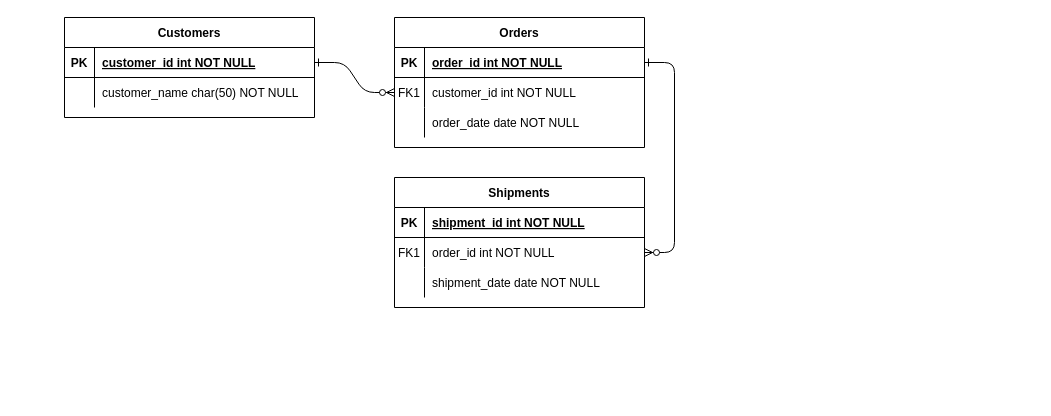
Earlier version of the draw.io diagram ER_overall.drawio (Raserei/popug-tracker-docs). Source tidied: cells renumbered, new cells numbered last; positions are measured from the earlier drawing's top-left corner, leaving out a move shared by most shapes. Both pictures are drawn from the tidied source at 100%, with x=0, y=0 at pixel (64, 17).
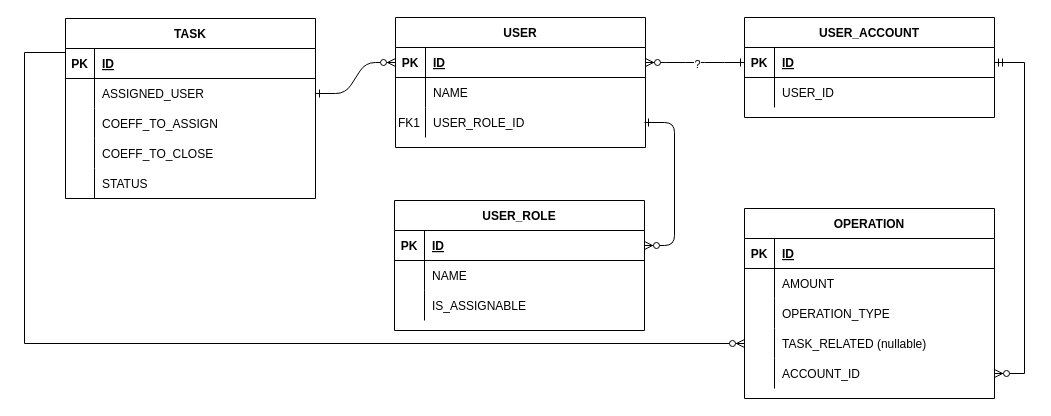
After the change.

Unchanged cells that the change refers to:
```xml
<mxCell id="5" style="shape=partialRectangle;fillColor=none;points=[[0,0.5],[1,0.5]];portConstraint=eastwest;top=0;left=0;right=0;bottom=1;" parent="4" vertex="1">
  <mxGeometry y="30" width="250" height="30" as="geometry" />
</mxCell>
<mxCell id="8" style="shape=partialRectangle;fillColor=none;points=[[0,0.5],[1,0.5]];portConstraint=eastwest;top=0;left=0;right=0;bottom=0;" parent="4" vertex="1">
  <mxGeometry y="60" width="250" height="30" as="geometry" />
</mxCell>
<mxCell id="11" style="shape=partialRectangle;fillColor=none;points=[[0,0.5],[1,0.5]];portConstraint=eastwest;top=0;left=0;right=0;bottom=0;" parent="4" vertex="1">
  <mxGeometry y="90" width="250" height="30" as="geometry" />
</mxCell>
<mxCell id="15" style="shape=partialRectangle;fillColor=none;points=[[0,0.5],[1,0.5]];portConstraint=eastwest;top=0;left=0;right=0;bottom=1;" parent="14" vertex="1">
  <mxGeometry y="30" width="250" height="30" as="geometry" />
</mxCell>
<mxCell id="18" style="shape=partialRectangle;fillColor=none;points=[[0,0.5],[1,0.5]];portConstraint=eastwest;top=0;left=0;right=0;bottom=0;" parent="14" vertex="1">
  <mxGeometry y="60" width="250" height="30" as="geometry" />
</mxCell>
<mxCell id="21" style="shape=partialRectangle;fillColor=none;top=0;left=0;right=0;bottom=0;" parent="14" vertex="1">
  <mxGeometry y="90" width="250" height="30" as="geometry" />
</mxCell>
<mxCell id="25" style="shape=partialRectangle;fillColor=none;points=[[0,0.5],[1,0.5]];portConstraint=eastwest;top=0;left=0;right=0;bottom=1;" parent="24" vertex="1">
  <mxGeometry y="30" width="250" height="30" as="geometry" />
</mxCell>
```

Change to the diagram source:
```diff
@@
-    <mxCell id="2" style="edgeStyle=entityRelationEdgeStyle;endArrow=ERzeroToMany;startArrow=ERone;endFill=1;startFill=0;" parent="1" edge="1" source="25" target="8">
+    <mxCell id="2" style="edgeStyle=entityRelationEdgeStyle;endArrow=ERzeroToMany;startArrow=ERone;endFill=1;startFill=0;exitX=1;exitY=0.5;exitDx=0;exitDy=0;entryX=0;entryY=0.5;entryDx=0;entryDy=0;" parent="1" edge="1" source="32" target="5">
       <mxGeometry relative="1" as="geometry" />
     </mxCell>
-    <mxCell id="3" style="edgeStyle=entityRelationEdgeStyle;endArrow=ERzeroToMany;startArrow=ERone;endFill=1;startFill=0;" parent="1" edge="1" source="5" target="18">
-      <mxGeometry relative="1" as="geometry" />
+    <mxCell id="3" style="edgeStyle=entityRelationEdgeStyle;endArrow=ERzeroToMany;startArrow=ERone;endFill=1;startFill=0;entryX=1;entryY=0.5;entryDx=0;entryDy=0;" parent="1" edge="1" target="15">
+      <mxGeometry relative="1" as="geometry">
+        <mxPoint x="580" y="105" as="sourcePoint" />
+      </mxGeometry>
     </mxCell>
-    <mxCell id="4" value="Orders" style="shape=table;startSize=30;childLayout=tableLayout;rowLines=0;fontStyle=1;align=center;" parent="1" vertex="1">
-      <mxGeometry x="330" width="250" height="130" as="geometry" />
+    <mxCell id="4" value="USER" style="shape=table;startSize=30;childLayout=tableLayout;rowLines=0;fontStyle=1;align=center;" parent="1" vertex="1">
+      <mxGeometry x="331" width="250" height="130" as="geometry" />
     </mxCell>
@@
-    <mxCell id="7" value="order_id int NOT NULL " style="shape=partialRectangle;overflow=hidden;fillColor=none;top=0;left=0;bottom=0;right=0;align=left;spacingLeft=6;fontStyle=5;" parent="5" vertex="1">
+    <mxCell id="7" value="ID" style="shape=partialRectangle;overflow=hidden;fillColor=none;top=0;left=0;bottom=0;right=0;align=left;spacingLeft=6;fontStyle=5;" parent="5" vertex="1">
       <mxGeometry x="30" width="220" height="30" as="geometry" />
     </mxCell>
@@
-    <mxCell id="9" value="FK1" style="shape=partialRectangle;overflow=hidden;fillColor=none;top=0;left=0;bottom=0;right=0;" parent="8" vertex="1">
+    <mxCell id="9" style="shape=partialRectangle;overflow=hidden;fillColor=none;top=0;left=0;bottom=0;right=0;" parent="8" vertex="1">
       <mxGeometry width="30" height="30" as="geometry" />
     </mxCell>
-    <mxCell id="10" value="customer_id int NOT NULL" style="shape=partialRectangle;overflow=hidden;fillColor=none;top=0;left=0;bottom=0;right=0;align=left;spacingLeft=6;" parent="8" vertex="1">
+    <mxCell id="10" value="NAME" style="shape=partialRectangle;overflow=hidden;fillColor=none;top=0;left=0;bottom=0;right=0;align=left;spacingLeft=6;" parent="8" vertex="1">
       <mxGeometry x="30" width="220" height="30" as="geometry" />
     </mxCell>
@@
-    <mxCell id="13" value="order_date date NOT NULL" style="shape=partialRectangle;overflow=hidden;fillColor=none;top=0;left=0;bottom=0;right=0;align=left;spacingLeft=6;" parent="11" vertex="1">
+    <mxCell id="13" value="USER_ROLE_ID" style="shape=partialRectangle;overflow=hidden;fillColor=none;top=0;left=0;bottom=0;right=0;align=left;spacingLeft=6;" parent="11" vertex="1">
       <mxGeometry x="30" width="220" height="30" as="geometry" />
     </mxCell>
+    <mxCell id="31" style="edgeStyle=orthogonalEdgeStyle;rounded=0;orthogonalLoop=1;jettySize=auto;html=1;exitX=1;exitY=0.5;exitDx=0;exitDy=0;" parent="4" edge="1" source="11" target="11">
+      <mxGeometry relative="1" as="geometry" />
+    </mxCell>
-    <mxCell id="14" value="Shipments" style="shape=table;startSize=30;childLayout=tableLayout;rowLines=0;fontStyle=1;align=center;" parent="1" vertex="1">
-      <mxGeometry x="330" y="160" width="250" height="130" as="geometry" />
+    <mxCell id="14" value="USER_ROLE" style="shape=table;startSize=30;childLayout=tableLayout;rowLines=0;fontStyle=1;align=center;" parent="1" vertex="1">
+      <mxGeometry x="330" y="183" width="250" height="130" as="geometry" />
     </mxCell>
@@
-    <mxCell id="17" value="shipment_id int NOT NULL " style="shape=partialRectangle;overflow=hidden;fillColor=none;top=0;left=0;bottom=0;right=0;align=left;spacingLeft=6;fontStyle=5;" parent="15" vertex="1">
+    <mxCell id="17" value="ID" style="shape=partialRectangle;overflow=hidden;fillColor=none;top=0;left=0;bottom=0;right=0;align=left;spacingLeft=6;fontStyle=5;" parent="15" vertex="1">
       <mxGeometry x="30" width="220" height="30" as="geometry" />
     </mxCell>
@@
-    <mxCell id="19" value="FK1" style="shape=partialRectangle;overflow=hidden;fillColor=none;top=0;left=0;bottom=0;right=0;" parent="18" vertex="1">
+    <mxCell id="19" style="shape=partialRectangle;overflow=hidden;fillColor=none;top=0;left=0;bottom=0;right=0;" parent="18" vertex="1">
       <mxGeometry width="30" height="30" as="geometry" />
     </mxCell>
-    <mxCell id="20" value="order_id int NOT NULL" style="shape=partialRectangle;overflow=hidden;fillColor=none;top=0;left=0;bottom=0;right=0;align=left;spacingLeft=6;" parent="18" vertex="1">
+    <mxCell id="20" value="NAME" style="shape=partialRectangle;overflow=hidden;fillColor=none;top=0;left=0;bottom=0;right=0;align=left;spacingLeft=6;" parent="18" vertex="1">
       <mxGeometry x="30" width="220" height="30" as="geometry" />
     </mxCell>
@@
-    <mxCell id="23" value="shipment_date date NOT NULL" style="shape=partialRectangle;overflow=hidden;fillColor=none;top=0;left=0;bottom=0;right=0;align=left;spacingLeft=6;" parent="21" vertex="1">
+    <mxCell id="23" value="IS_ASSIGNABLE" style="shape=partialRectangle;overflow=hidden;fillColor=none;top=0;left=0;bottom=0;right=0;align=left;spacingLeft=6;" parent="21" vertex="1">
       <mxGeometry x="30" width="220" height="30" as="geometry" />
     </mxCell>
-    <mxCell id="24" value="Customers" style="shape=table;startSize=30;childLayout=tableLayout;rowLines=0;fontStyle=1;align=center;" parent="1" vertex="1">
-      <mxGeometry width="250" height="100" as="geometry" />
+    <mxCell id="24" value="TASK" style="shape=table;startSize=30;childLayout=tableLayout;rowLines=0;fontStyle=1;align=center;" parent="1" vertex="1">
+      <mxGeometry x="1" y="1" width="250" height="180" as="geometry" />
     </mxCell>
@@
     <mxCell id="26" value="PK" style="shape=partialRectangle;overflow=hidden;fillColor=none;top=0;left=0;bottom=0;right=0;fontStyle=1;" parent="25" vertex="1">
-      <mxGeometry width="30" height="30" as="geometry" />
+      <mxGeometry width="29" height="30" as="geometry" />
     </mxCell>
-    <mxCell id="27" value="customer_id int NOT NULL " style="shape=partialRectangle;overflow=hidden;fillColor=none;top=0;left=0;bottom=0;right=0;align=left;spacingLeft=6;fontStyle=5;" parent="25" vertex="1">
-      <mxGeometry x="30" width="220" height="30" as="geometry" />
+    <mxCell id="27" value="ID" style="shape=partialRectangle;overflow=hidden;fillColor=none;top=0;left=0;bottom=0;right=0;align=left;spacingLeft=6;fontStyle=5;" parent="25" vertex="1">
+      <mxGeometry x="29" width="221" height="30" as="geometry" />
     </mxCell>
-    <mxCell id="28" style="shape=partialRectangle;fillColor=none;top=0;left=0;right=0;bottom=0;" parent="24" vertex="1">
-      <mxGeometry y="60" width="250" height="30" as="geometry" />
-    </mxCell>
-    <mxCell id="29" style="shape=partialRectangle;overflow=hidden;fillColor=none;top=0;left=0;bottom=0;right=0;" parent="28" vertex="1">
-      <mxGeometry width="30" height="30" as="geometry" />
-    </mxCell>
-    <mxCell id="30" value="customer_name char(50) NOT NULL" style="shape=partialRectangle;overflow=hidden;fillColor=none;top=0;left=0;bottom=0;right=0;align=left;spacingLeft=6;" parent="28" vertex="1">
-      <mxGeometry x="30" width="220" height="30" as="geometry" />
-    </mxCell>
+    <mxCell id="32" style="shape=partialRectangle;fillColor=none;points=[[0,0.5],[1,0.5]];portConstraint=eastwest;top=0;left=0;right=0;bottom=0;" parent="24" vertex="1">
+      <mxGeometry y="60" width="250" height="30" as="geometry" />
+    </mxCell>
+    <mxCell id="33" style="shape=partialRectangle;overflow=hidden;fillColor=none;top=0;left=0;bottom=0;right=0;" parent="32" vertex="1">
+      <mxGeometry width="29" height="30" as="geometry" />
+    </mxCell>
+    <mxCell id="34" value="ASSIGNED_USER" style="shape=partialRectangle;overflow=hidden;fillColor=none;top=0;left=0;bottom=0;right=0;align=left;spacingLeft=6;" parent="32" vertex="1">
+      <mxGeometry x="29" width="221" height="30" as="geometry" />
+    </mxCell>
+    <mxCell id="35" style="shape=partialRectangle;fillColor=none;top=0;left=0;right=0;bottom=0;" parent="24" vertex="1">
+      <mxGeometry y="90" width="250" height="30" as="geometry" />
+    </mxCell>
+    <mxCell id="36" style="shape=partialRectangle;overflow=hidden;fillColor=none;top=0;left=0;bottom=0;right=0;" parent="35" vertex="1">
+      <mxGeometry width="29" height="30" as="geometry" />
+    </mxCell>
+    <mxCell id="37" value="COEFF_TO_ASSIGN" style="shape=partialRectangle;overflow=hidden;fillColor=none;top=0;left=0;bottom=0;right=0;align=left;spacingLeft=6;" parent="35" vertex="1">
+      <mxGeometry x="29" width="221" height="30" as="geometry" />
+    </mxCell>
+    <mxCell id="38" style="shape=partialRectangle;fillColor=none;top=0;left=0;right=0;bottom=0;" parent="24" vertex="1">
+      <mxGeometry y="120" width="250" height="30" as="geometry" />
+    </mxCell>
+    <mxCell id="39" style="shape=partialRectangle;overflow=hidden;fillColor=none;top=0;left=0;bottom=0;right=0;" parent="38" vertex="1">
+      <mxGeometry width="29" height="30" as="geometry" />
+    </mxCell>
+    <mxCell id="40" value="COEFF_TO_CLOSE" style="shape=partialRectangle;overflow=hidden;fillColor=none;top=0;left=0;bottom=0;right=0;align=left;spacingLeft=6;" parent="38" vertex="1">
+      <mxGeometry x="29" width="221" height="30" as="geometry" />
+    </mxCell>
+    <mxCell id="41" style="shape=partialRectangle;fillColor=none;top=0;left=0;right=0;bottom=0;" parent="24" vertex="1">
+      <mxGeometry y="150" width="250" height="30" as="geometry" />
+    </mxCell>
+    <mxCell id="42" style="shape=partialRectangle;overflow=hidden;fillColor=none;top=0;left=0;bottom=0;right=0;" parent="41" vertex="1">
+      <mxGeometry width="29" height="30" as="geometry" />
+    </mxCell>
+    <mxCell id="43" value="STATUS" style="shape=partialRectangle;overflow=hidden;fillColor=none;top=0;left=0;bottom=0;right=0;align=left;spacingLeft=6;" parent="41" vertex="1">
+      <mxGeometry x="29" width="221" height="30" as="geometry" />
+    </mxCell>
+    <mxCell id="44" value="USER_ACCOUNT" style="shape=table;startSize=30;childLayout=tableLayout;rowLines=0;fontStyle=1;align=center;" parent="1" vertex="1">
+      <mxGeometry x="680" width="250" height="100" as="geometry" />
+    </mxCell>
+    <mxCell id="45" style="shape=partialRectangle;fillColor=none;points=[[0,0.5],[1,0.5]];portConstraint=eastwest;top=0;left=0;right=0;bottom=1;" parent="44" vertex="1">
+      <mxGeometry y="30" width="250" height="30" as="geometry" />
+    </mxCell>
+    <mxCell id="46" value="PK" style="shape=partialRectangle;overflow=hidden;fillColor=none;top=0;left=0;bottom=0;right=0;fontStyle=1;" parent="45" vertex="1">
+      <mxGeometry width="30" height="30" as="geometry" />
+    </mxCell>
+    <mxCell id="47" value="ID" style="shape=partialRectangle;overflow=hidden;fillColor=none;top=0;left=0;bottom=0;right=0;align=left;spacingLeft=6;fontStyle=5;" parent="45" vertex="1">
+      <mxGeometry x="30" width="220" height="30" as="geometry" />
+    </mxCell>
+    <mxCell id="48" style="shape=partialRectangle;fillColor=none;top=0;left=0;right=0;bottom=0;" parent="44" vertex="1">
+      <mxGeometry y="60" width="250" height="30" as="geometry" />
+    </mxCell>
+    <mxCell id="49" style="shape=partialRectangle;overflow=hidden;fillColor=none;top=0;left=0;bottom=0;right=0;" parent="48" vertex="1">
+      <mxGeometry width="30" height="30" as="geometry" />
+    </mxCell>
+    <mxCell id="50" value="USER_ID" style="shape=partialRectangle;overflow=hidden;fillColor=none;top=0;left=0;bottom=0;right=0;align=left;spacingLeft=6;" parent="48" vertex="1">
+      <mxGeometry x="30" width="220" height="30" as="geometry" />
+    </mxCell>
+    <mxCell id="51" value="OPERATION" style="shape=table;startSize=30;childLayout=tableLayout;rowLines=0;fontStyle=1;align=center;" parent="1" vertex="1">
+      <mxGeometry x="680" y="191" width="250" height="190" as="geometry" />
+    </mxCell>
+    <mxCell id="52" style="shape=partialRectangle;fillColor=none;top=0;left=0;right=0;bottom=1;" parent="51" vertex="1">
+      <mxGeometry y="30" width="250" height="30" as="geometry" />
+    </mxCell>
+    <mxCell id="53" value="PK" style="shape=partialRectangle;overflow=hidden;fillColor=none;top=0;left=0;bottom=0;right=0;fontStyle=1;" parent="52" vertex="1">
+      <mxGeometry width="30" height="30" as="geometry" />
+    </mxCell>
+    <mxCell id="54" value="ID" style="shape=partialRectangle;overflow=hidden;fillColor=none;top=0;left=0;bottom=0;right=0;align=left;spacingLeft=6;fontStyle=5;" parent="52" vertex="1">
+      <mxGeometry x="30" width="220" height="30" as="geometry" />
+    </mxCell>
+    <mxCell id="55" style="shape=partialRectangle;fillColor=none;top=0;left=0;right=0;bottom=0;" parent="51" vertex="1">
+      <mxGeometry y="60" width="250" height="30" as="geometry" />
+    </mxCell>
+    <mxCell id="56" style="shape=partialRectangle;overflow=hidden;fillColor=none;top=0;left=0;bottom=0;right=0;" parent="55" vertex="1">
+      <mxGeometry width="30" height="30" as="geometry" />
+    </mxCell>
+    <mxCell id="57" value="AMOUNT" style="shape=partialRectangle;overflow=hidden;fillColor=none;top=0;left=0;bottom=0;right=0;align=left;spacingLeft=6;" parent="55" vertex="1">
+      <mxGeometry x="30" width="220" height="30" as="geometry" />
+    </mxCell>
+    <mxCell id="58" style="shape=partialRectangle;fillColor=none;top=0;left=0;right=0;bottom=0;" parent="51" vertex="1">
+      <mxGeometry y="90" width="250" height="30" as="geometry" />
+    </mxCell>
+    <mxCell id="59" style="shape=partialRectangle;overflow=hidden;fillColor=none;top=0;left=0;bottom=0;right=0;" parent="58" vertex="1">
+      <mxGeometry width="30" height="30" as="geometry" />
+    </mxCell>
+    <mxCell id="60" value="OPERATION_TYPE" style="shape=partialRectangle;overflow=hidden;fillColor=none;top=0;left=0;bottom=0;right=0;align=left;spacingLeft=6;" parent="58" vertex="1">
+      <mxGeometry x="30" width="220" height="30" as="geometry" />
+    </mxCell>
+    <mxCell id="61" style="shape=partialRectangle;fillColor=none;points=[[0,0.5],[1,0.5]];portConstraint=eastwest;top=0;left=0;right=0;bottom=0;" parent="51" vertex="1">
+      <mxGeometry y="120" width="250" height="30" as="geometry" />
+    </mxCell>
+    <mxCell id="62" style="shape=partialRectangle;overflow=hidden;fillColor=none;top=0;left=0;bottom=0;right=0;" parent="61" vertex="1">
+      <mxGeometry width="30" height="30" as="geometry" />
+    </mxCell>
+    <mxCell id="63" value="TASK_RELATED (nullable)" style="shape=partialRectangle;overflow=hidden;fillColor=none;top=0;left=0;bottom=0;right=0;align=left;spacingLeft=6;" parent="61" vertex="1">
+      <mxGeometry x="30" width="220" height="30" as="geometry" />
+    </mxCell>
+    <mxCell id="64" style="shape=partialRectangle;fillColor=none;points=[[0,0.5],[1,0.5]];portConstraint=eastwest;top=0;left=0;right=0;bottom=0;" parent="51" vertex="1">
+      <mxGeometry y="150" width="250" height="30" as="geometry" />
+    </mxCell>
+    <mxCell id="65" style="shape=partialRectangle;overflow=hidden;fillColor=none;top=0;left=0;bottom=0;right=0;" parent="64" vertex="1">
+      <mxGeometry width="30" height="30" as="geometry" />
+    </mxCell>
+    <mxCell id="66" value="ACCOUNT_ID" style="shape=partialRectangle;overflow=hidden;fillColor=none;top=0;left=0;bottom=0;right=0;align=left;spacingLeft=6;" parent="64" vertex="1">
+      <mxGeometry x="30" width="220" height="30" as="geometry" />
+    </mxCell>
+    <mxCell id="67" value="FK1" style="shape=partialRectangle;overflow=hidden;fillColor=none;top=0;left=0;bottom=0;right=0;" parent="1" vertex="1">
+      <mxGeometry x="330" y="90" width="30" height="30" as="geometry" />
+    </mxCell>
+    <mxCell id="68" style="edgeStyle=entityRelationEdgeStyle;fontSize=11;html=1;endArrow=ERzeroToMany;startArrow=ERone;rounded=1;exitX=0;exitY=0.5;exitDx=0;exitDy=0;endFill=1;startFill=0;entryX=1;entryY=0.5;entryDx=0;entryDy=0;" parent="1" edge="1" source="45" target="5">
+      <mxGeometry relative="1" as="geometry" />
+    </mxCell>
+    <mxCell id="69" value="?" style="edgeLabel;html=1;align=center;verticalAlign=middle;" parent="68" vertex="1">
+      <mxGeometry x="-0.03" y="1" relative="1" as="geometry" />
+    </mxCell>
+    <mxCell id="70" style="edgeStyle=entityRelationEdgeStyle;fontSize=12;html=1;endArrow=ERzeroToMany;startArrow=ERmandOne;rounded=0;elbow=vertical;entryX=1;entryY=0.5;entryDx=0;entryDy=0;" parent="1" edge="1" source="45" target="64">
+      <mxGeometry relative="1" as="geometry" />
+    </mxCell>
+    <mxCell id="71" style="edgeStyle=orthogonalEdgeStyle;fontSize=12;html=1;endArrow=ERzeroToMany;endFill=1;rounded=0;elbow=vertical;exitX=0;exitY=0.5;exitDx=0;exitDy=0;entryX=0;entryY=0.5;entryDx=0;entryDy=0;" parent="1" edge="1" source="25" target="61">
+      <mxGeometry relative="1" as="geometry">
+        <Array as="points">
+          <mxPoint x="-40" y="35" />
+          <mxPoint x="-40" y="326" />
+        </Array>
+      </mxGeometry>
+    </mxCell>
```
